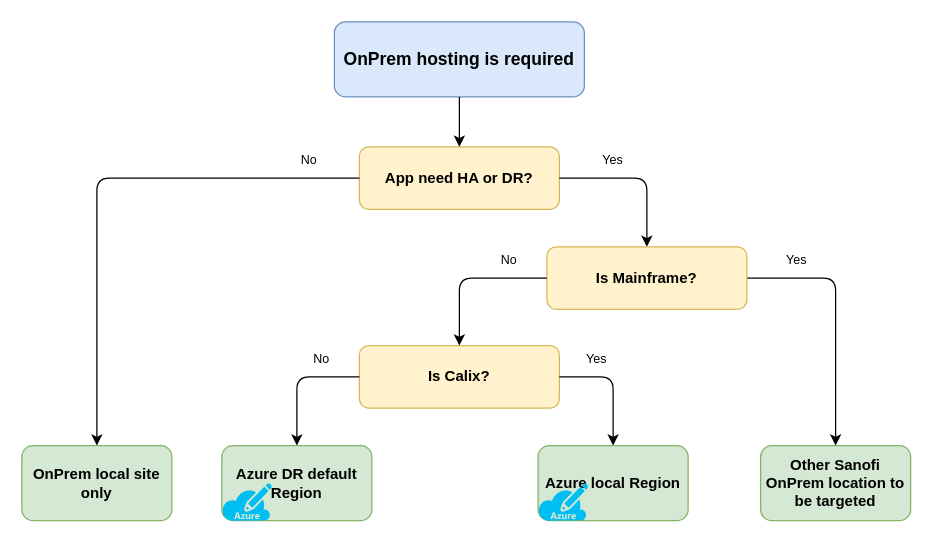
anthonygea/mycv keeps this draw.io diagram as page "ADC" (3 of 3) of DR-DecisionTree.drawio. Above is the earlier version. Source tidied: cells renumbered, new cells numbered last; positions are measured from the earlier drawing's top-left corner, leaving out a move shared by most shapes. Both pictures are drawn from the tidied source at 125%, with x=0, y=0 at pixel (21, 21).
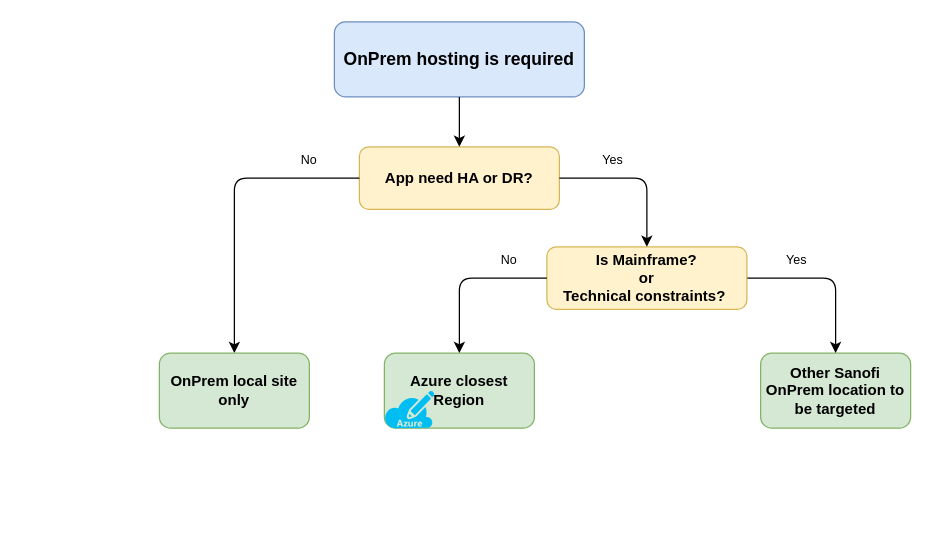
The same page after the edit.

Commit message:
Mettre à jour DR-DecisionTree.drawio

The edit, as a diff of the source:
```diff
@@
     <mxCell id="4" value="&lt;div&gt;Other Sanofi OnPrem location to be targeted&lt;/div&gt;" style="rounded=1;whiteSpace=wrap;html=1;fillColor=#d5e8d4;strokeColor=#82b366;fontSize=12;fontStyle=1;" parent="1" vertex="1">
-      <mxGeometry x="591" y="339" width="120" height="60" as="geometry" />
+      <mxGeometry x="591" y="265" width="120" height="60" as="geometry" />
     </mxCell>
@@
     <mxCell id="10" value="OnPrem local site only" style="rounded=1;whiteSpace=wrap;html=1;fillColor=#d5e8d4;strokeColor=#82b366;fontSize=12;fontStyle=1;" parent="1" vertex="1">
-      <mxGeometry y="339" width="120" height="60" as="geometry" />
+      <mxGeometry x="110" y="265" width="120" height="60" as="geometry" />
     </mxCell>
-    <mxCell id="11" value="Is Mainframe?" style="rounded=1;whiteSpace=wrap;html=1;fillColor=#fff2cc;strokeColor=#d6b656;fontSize=12;fontStyle=1;" parent="1" vertex="1">
+    <mxCell id="11" value="Is Mainframe?&lt;div&gt;or&lt;/div&gt;&lt;div&gt;Technical constraints?&amp;nbsp;&lt;/div&gt;" style="rounded=1;whiteSpace=wrap;html=1;fillColor=#fff2cc;strokeColor=#d6b656;fontSize=12;fontStyle=1;" parent="1" vertex="1">
       <mxGeometry x="420" y="180" width="160" height="50" as="geometry" />
     </mxCell>
@@
-    <mxCell id="15" value="Is Calix?" style="rounded=1;whiteSpace=wrap;html=1;fillColor=#fff2cc;strokeColor=#d6b656;fontSize=12;fontStyle=1;" parent="1" vertex="1">
-      <mxGeometry x="270" y="259" width="160" height="50" as="geometry" />
-    </mxCell>
-    <mxCell id="16" style="endArrow=classic;html=1;edgeStyle=orthogonalEdgeStyle;entryX=0.5;entryY=0;entryDx=0;entryDy=0;exitX=0;exitY=0.5;exitDx=0;exitDy=0;" parent="1" edge="1" source="15" target="20">
-      <mxGeometry relative="1" as="geometry" />
-    </mxCell>
-    <mxCell id="17" style="endArrow=classic;html=1;edgeStyle=orthogonalEdgeStyle;entryX=0.5;entryY=0;entryDx=0;entryDy=0;exitX=1;exitY=0.5;exitDx=0;exitDy=0;" parent="1" edge="1" source="15" target="21">
-      <mxGeometry relative="1" as="geometry" />
-    </mxCell>
-    <mxCell id="18" value="Yes" style="text;html=1;strokeColor=none;fillColor=none;align=center;verticalAlign=middle;whiteSpace=wrap;rounded=0;fontSize=10;" parent="1" vertex="1">
-      <mxGeometry x="410" y="259" width="100" height="20" as="geometry" />
-    </mxCell>
-    <mxCell id="19" value="No" style="text;html=1;strokeColor=none;fillColor=none;align=center;verticalAlign=middle;whiteSpace=wrap;rounded=0;fontSize=10;" parent="1" vertex="1">
-      <mxGeometry x="190" y="259" width="100" height="20" as="geometry" />
-    </mxCell>
-    <mxCell id="20" value="&lt;div&gt;Azure DR default Region&lt;/div&gt;" style="rounded=1;whiteSpace=wrap;html=1;fillColor=#d5e8d4;strokeColor=#82b366;fontSize=12;fontStyle=1;" parent="1" vertex="1">
-      <mxGeometry x="160" y="339" width="120" height="60" as="geometry" />
-    </mxCell>
-    <mxCell id="21" value="&lt;div&gt;Azure local Region&lt;/div&gt;" style="rounded=1;whiteSpace=wrap;html=1;fillColor=#d5e8d4;strokeColor=#82b366;fontSize=12;fontStyle=1;" parent="1" vertex="1">
-      <mxGeometry x="413" y="339" width="120" height="60" as="geometry" />
+    <mxCell id="21" value="&lt;div&gt;Azure closest Region&lt;/div&gt;" style="rounded=1;whiteSpace=wrap;html=1;fillColor=#d5e8d4;strokeColor=#82b366;fontSize=12;fontStyle=1;" parent="1" vertex="1">
+      <mxGeometry x="290" y="265" width="120" height="60" as="geometry" />
     </mxCell>
-    <mxCell id="22" style="endArrow=classic;html=1;edgeStyle=orthogonalEdgeStyle;entryX=0.5;entryY=0;entryDx=0;entryDy=0;exitX=0;exitY=0.5;exitDx=0;exitDy=0;" parent="1" edge="1" source="11" target="15">
+    <mxCell id="22" style="endArrow=classic;html=1;edgeStyle=orthogonalEdgeStyle;entryX=0.5;entryY=0;entryDx=0;entryDy=0;exitX=0;exitY=0.5;exitDx=0;exitDy=0;" parent="1" edge="1" source="11" target="21">
       <mxGeometry relative="1" as="geometry" />
     </mxCell>
-    <mxCell id="23" style="verticalLabelPosition=bottom;html=1;verticalAlign=top;align=center;strokeColor=none;fillColor=#00BEF2;shape=mxgraph.azure.azure_subscription;" parent="1" vertex="1">
-      <mxGeometry x="160" y="369" width="40" height="30" as="geometry" />
-    </mxCell>
     <mxCell id="24" style="verticalLabelPosition=bottom;html=1;verticalAlign=top;align=center;strokeColor=none;fillColor=#00BEF2;shape=mxgraph.azure.azure_subscription;" parent="1" vertex="1">
-      <mxGeometry x="413" y="369" width="40" height="30" as="geometry" />
+      <mxGeometry x="290" y="295" width="40" height="30" as="geometry" />
     </mxCell>
```
